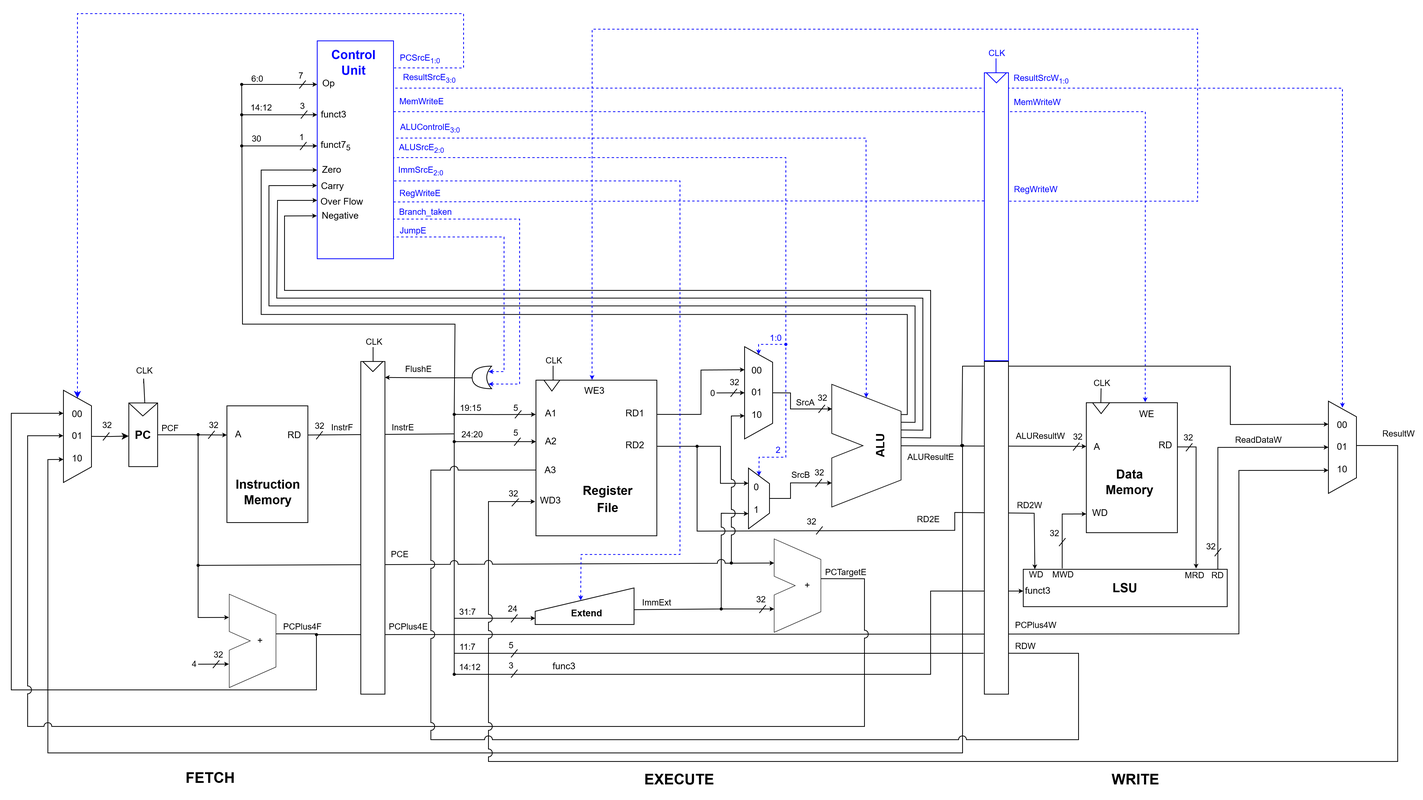
Before: docs/datapath&controller.png, a diagram exported from draw.io (abdulrafay7038/RV32I-Pipeline-Core). Source tidied: cells renumbered, new cells last; positions are measured from the earlier drawing's top-left corner, leaving out a move shared by most shapes.
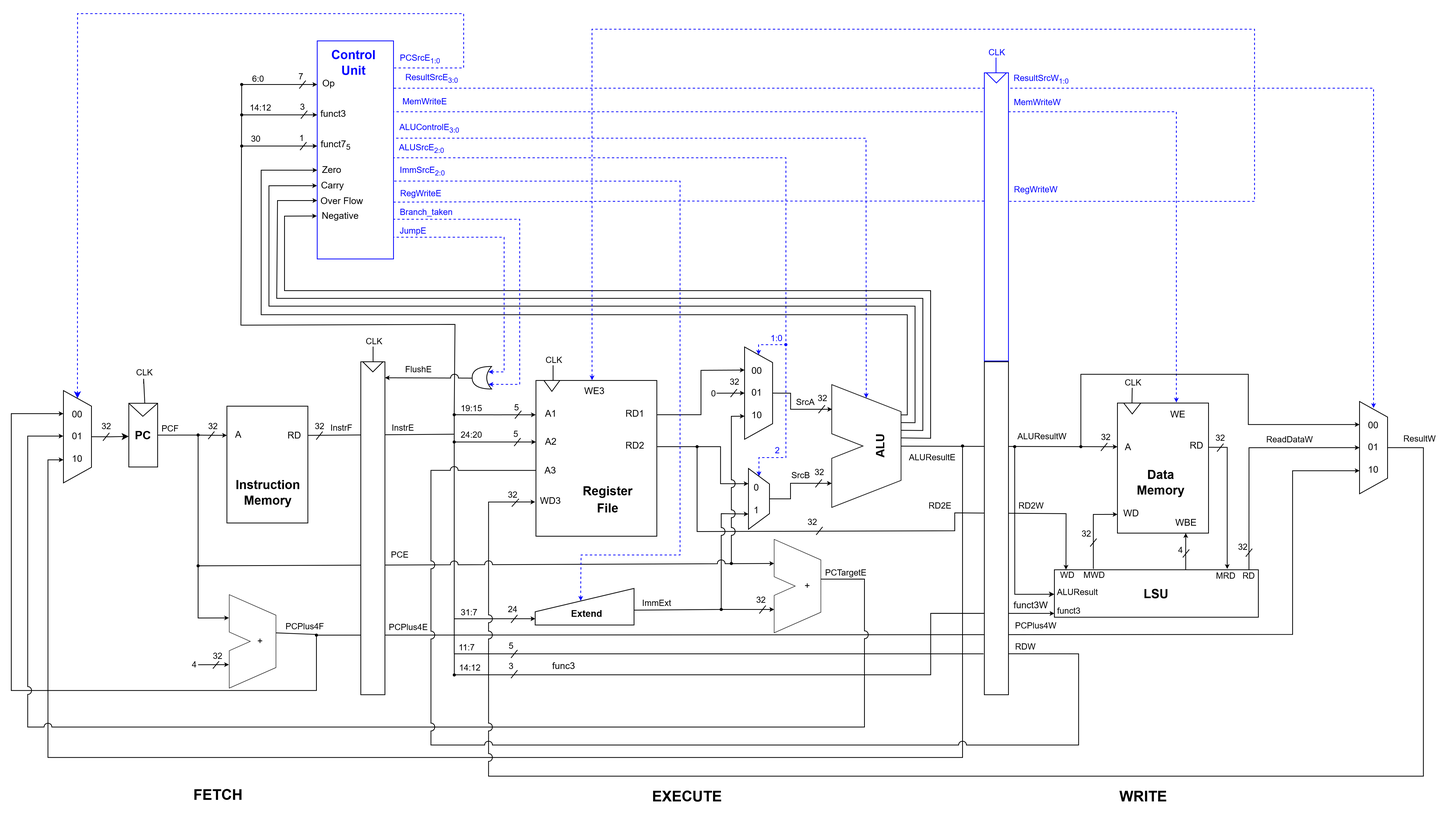
After the commit.

Commit message:
LSU updated Architecture

The edit, as a diff of the source:
```diff
@@ -47,3 +47,3 @@
     <mxCell id="11" style="rounded=0;whiteSpace=wrap;html=1;" parent="1" vertex="1">
-      <mxGeometry x="1381" y="500" width="117" height="167" as="geometry" />
+      <mxGeometry x="1421" y="500" width="117" height="167" as="geometry" />
     </mxCell>
@@ -52,3 +52,3 @@
         <Array as="points">
-          <mxPoint x="1457" y="126" />
+          <mxPoint x="1497" y="126" />
         </Array>
@@ -62,18 +62,18 @@
     <mxCell id="14" value="WE" style="text;html=1;whiteSpace=wrap;strokeColor=none;fillColor=none;align=center;verticalAlign=middle;rounded=0;" parent="1" vertex="1">
-      <mxGeometry x="1429" y="500" width="60" height="30" as="geometry" />
+      <mxGeometry x="1469" y="500" width="60" height="30" as="geometry" />
     </mxCell>
     <mxCell id="15" style="triangle;whiteSpace=wrap;html=1;direction=south;rounded=0;" parent="1" vertex="1">
-      <mxGeometry x="1389" y="500" width="22" height="14" as="geometry" />
+      <mxGeometry x="1429" y="500" width="22" height="14" as="geometry" />
     </mxCell>
     <mxCell id="16" value="RD" style="text;html=1;whiteSpace=wrap;strokeColor=none;fillColor=none;align=center;verticalAlign=middle;rounded=0;" parent="1" vertex="1">
-      <mxGeometry x="1474" y="549" width="18" height="12.5" as="geometry" />
+      <mxGeometry x="1514" y="549" width="18" height="12.5" as="geometry" />
     </mxCell>
     <mxCell id="17" value="A" style="text;html=1;whiteSpace=wrap;strokeColor=none;fillColor=none;align=center;verticalAlign=middle;rounded=0;" parent="1" vertex="1">
-      <mxGeometry x="1384" y="546" width="22" height="22.5" as="geometry" />
+      <mxGeometry x="1424" y="546" width="22" height="22.5" as="geometry" />
     </mxCell>
     <mxCell id="18" value="WD" style="text;html=1;whiteSpace=wrap;strokeColor=none;fillColor=none;align=center;verticalAlign=middle;rounded=0;" parent="1" vertex="1">
-      <mxGeometry x="1391" y="637" width="16" height="10" as="geometry" />
+      <mxGeometry x="1431" y="637" width="16" height="10" as="geometry" />
     </mxCell>
     <mxCell id="19" value="&lt;b&gt;&lt;font style=&quot;font-size: 16px;&quot;&gt;Data Memory&lt;/font&gt;&lt;/b&gt;" style="text;html=1;whiteSpace=wrap;strokeColor=none;fillColor=none;align=center;verticalAlign=middle;rounded=0;" parent="1" vertex="1">
-      <mxGeometry x="1402" y="580.8" width="69.5" height="41.5" as="geometry" />
+      <mxGeometry x="1442" y="580.8" width="69.5" height="41.5" as="geometry" />
     </mxCell>
@@ -149,4 +149,4 @@
       <mxGeometry relative="1" as="geometry">
-        <mxPoint x="1364" y="561.5" as="sourcePoint" />
-        <mxPoint x="1372.2" y="551.2" as="targetPoint" />
+        <mxPoint x="1399.8" y="561.5" as="sourcePoint" />
+        <mxPoint x="1408" y="551.2" as="targetPoint" />
       </mxGeometry>
@@ -239,3 +239,3 @@
         <Array as="points">
-          <mxPoint x="1710" y="96" />
+          <mxPoint x="1750" y="96" />
         </Array>
@@ -250,5 +250,5 @@
       <mxGeometry relative="1" as="geometry">
-        <mxPoint x="1522" y="713" as="targetPoint" />
+        <mxPoint x="1562" y="713" as="targetPoint" />
         <Array as="points">
-          <mxPoint x="1522" y="557" />
+          <mxPoint x="1562" y="557" />
         </Array>
@@ -288,7 +288,7 @@
       <mxGeometry relative="1" as="geometry">
-        <mxPoint x="1221" y="555" as="targetPoint" />
+        <mxPoint x="1222" y="555" as="targetPoint" />
         <Array as="points">
           <mxPoint x="47" y="573" />
-          <mxPoint x="47" y="950" />
-          <mxPoint x="1222" y="950" />
+          <mxPoint x="47" y="955" />
+          <mxPoint x="1222" y="955" />
           <mxPoint x="1222" y="555" />
@@ -318,4 +318,4 @@
         <Array as="points">
-          <mxPoint x="1577" y="797" />
-          <mxPoint x="1577" y="587" />
+          <mxPoint x="1646" y="797" />
+          <mxPoint x="1646" y="587" />
         </Array>
@@ -415,3 +415,3 @@
       <mxGeometry relative="1" as="geometry">
-        <mxPoint x="1400" y="479" as="targetPoint" />
+        <mxPoint x="1440" y="479" as="targetPoint" />
       </mxGeometry>
@@ -448,3 +448,3 @@
           <mxPoint x="1212" y="641" />
-          <mxPoint x="1314" y="642" />
+          <mxPoint x="1355" y="642" />
         </Array>
@@ -561,3 +561,3 @@
           <mxPoint x="274" y="308" />
-          <mxPoint x="1" y="308" />
+          <mxPoint x="-1" y="309" />
         </Array>
@@ -653,9 +653,9 @@
     </mxCell>
-    <mxCell id="132" style="endArrow=classic;html=1;rounded=0;entryX=0.25;entryY=1;entryDx=0;entryDy=0;endSize=3;startArrow=oval;startFill=1;startSize=3;" parent="1" edge="1" target="164">
+    <mxCell id="132" style="endArrow=classic;html=1;rounded=0;entryX=0.25;entryY=1;entryDx=0;entryDy=0;endSize=3;startArrow=oval;startFill=1;startSize=3;edgeStyle=orthogonalEdgeStyle;" parent="1" edge="1" target="164">
       <mxGeometry relative="1" as="geometry">
-        <mxPoint x="1221" y="555" as="sourcePoint" />
+        <mxPoint x="1374" y="556" as="sourcePoint" />
         <Array as="points">
-          <mxPoint x="1222" y="453" />
-          <mxPoint x="1566" y="453" />
-          <mxPoint x="1566" y="528" />
+          <mxPoint x="1374" y="463" />
+          <mxPoint x="1589" y="463" />
+          <mxPoint x="1589" y="528" />
         </Array>
@@ -679,3 +679,3 @@
       <mxGeometry x="-0.29" y="-1" relative="1" as="geometry">
-        <mxPoint x="-47" y="12" as="offset" />
+        <mxPoint x="-59" y="12" as="offset" />
       </mxGeometry>
@@ -800,4 +800,4 @@
         <Array as="points">
-          <mxPoint x="1524" y="241" />
-          <mxPoint x="1524" y="20" />
+          <mxPoint x="1597" y="241" />
+          <mxPoint x="1597" y="20" />
           <mxPoint x="746" y="20" />
@@ -812,3 +812,3 @@
     <mxCell id="158" value="&lt;b&gt;&lt;font style=&quot;font-size: 19px;&quot;&gt;FETCH&lt;/font&gt;&lt;/b&gt;" style="text;html=1;whiteSpace=wrap;strokeColor=none;fillColor=none;align=center;verticalAlign=middle;rounded=0;" parent="1" vertex="1">
-      <mxGeometry x="226" y="968" width="60" height="30" as="geometry" />
+      <mxGeometry x="236" y="989" width="60" height="30" as="geometry" />
     </mxCell>
@@ -818,6 +818,6 @@
     <mxCell id="160" value="&lt;b&gt;&lt;font style=&quot;font-size: 19px;&quot;&gt;EXECUTE&lt;/font&gt;&lt;/b&gt;" style="text;html=1;whiteSpace=wrap;strokeColor=none;fillColor=none;align=center;verticalAlign=middle;rounded=0;" parent="1" vertex="1">
-      <mxGeometry x="801" y="970" width="115" height="30" as="geometry" />
+      <mxGeometry x="811" y="991" width="115" height="30" as="geometry" />
     </mxCell>
     <mxCell id="161" value="&lt;span style=&quot;font-size: 19px;&quot;&gt;&lt;b&gt;WRITE&lt;/b&gt;&lt;/span&gt;" style="text;html=1;whiteSpace=wrap;strokeColor=none;fillColor=none;align=center;verticalAlign=middle;rounded=0;" parent="1" vertex="1">
-      <mxGeometry x="1387" y="970" width="115" height="30" as="geometry" />
+      <mxGeometry x="1397" y="991" width="115" height="30" as="geometry" />
     </mxCell>
@@ -834,9 +834,9 @@
     <mxCell id="164" value="00&lt;br&gt;&lt;br&gt;01&lt;br&gt;&lt;div&gt;&lt;br&gt;&lt;/div&gt;&lt;div&gt;10&lt;/div&gt;" style="shape=trapezoid;perimeter=trapezoidPerimeter;whiteSpace=wrap;html=1;fixedSize=1;direction=south;rounded=0;" parent="1" vertex="1">
-      <mxGeometry x="1692" y="498" width="36" height="118.5" as="geometry" />
+      <mxGeometry x="1732" y="498" width="36" height="118.5" as="geometry" />
     </mxCell>
     <mxCell id="165" value="RD2W" style="edgeLabel;html=1;align=center;verticalAlign=middle;rounded=0;" parent="1" vertex="1">
-      <mxGeometry x="1307" y="631" as="geometry" />
+      <mxGeometry x="1309" y="631" as="geometry" />
     </mxCell>
     <mxCell id="166" value="ALUResultW" style="edgeLabel;html=1;align=center;verticalAlign=middle;rounded=0;" parent="1" vertex="1">
-      <mxGeometry x="1321" y="541.8" as="geometry" />
+      <mxGeometry x="1323" y="541.8" as="geometry" />
     </mxCell>
@@ -862,5 +862,5 @@
         <Array as="points">
-          <mxPoint x="1781" y="555" />
-          <mxPoint x="1781" y="961" />
-          <mxPoint x="613" y="961" />
+          <mxPoint x="1814" y="557" />
+          <mxPoint x="1814" y="979" />
+          <mxPoint x="613" y="979" />
           <mxPoint x="613" y="627" />
@@ -871,3 +871,3 @@
       <mxGeometry x="-0.53" relative="1" as="geometry">
-        <mxPoint x="15" y="-422" as="offset" />
+        <mxPoint x="17" y="-434" as="offset" />
       </mxGeometry>
@@ -931,3 +931,3 @@
     <mxCell id="179" value="PCPlus4W" style="edgeLabel;html=1;align=center;verticalAlign=middle;rounded=0;" parent="1" vertex="1">
-      <mxGeometry x="1359" y="768" as="geometry">
+      <mxGeometry x="1359.1" y="768" as="geometry">
         <mxPoint x="-44" y="17" as="offset" />
@@ -954,4 +954,4 @@
           <mxPoint x="539" y="587" />
-          <mxPoint x="539" y="933" />
-          <mxPoint x="1371" y="933" />
+          <mxPoint x="539" y="939" />
+          <mxPoint x="1371" y="939" />
           <mxPoint x="1371" y="822" />
@@ -985,3 +985,3 @@
     </mxCell>
-    <mxCell id="189" style="edgeStyle=orthogonalEdgeStyle;rounded=0;jettySize=auto;html=1;exitX=1;exitY=0.5;exitDx=0;exitDy=0;exitPerimeter=0;entryX=1;entryY=0.048;entryDx=0;entryDy=0;entryPerimeter=0;endSize=3;" parent="1" edge="1" target="180">
+    <mxCell id="189" style="edgeStyle=orthogonalEdgeStyle;rounded=0;jettySize=auto;html=1;exitX=1;exitY=0.5;exitDx=0;exitDy=0;exitPerimeter=0;entryX=1;entryY=0.048;entryDx=0;entryDy=0;entryPerimeter=0;endSize=3;jumpStyle=arc;jumpSize=10;" parent="1" edge="1" target="180">
       <mxGeometry relative="1" as="geometry">
@@ -1019,10 +1019,8 @@
     </mxCell>
-    <mxCell id="194" style="edgeStyle=orthogonalEdgeStyle;rounded=0;orthogonalLoop=1;jettySize=auto;html=1;exitX=0;exitY=0.5;exitDx=0;exitDy=0;endArrow=none;endFill=0;startSize=3;startArrow=classic;startFill=1;" parent="1" edge="1">
+    <mxCell id="194" style="edgeStyle=orthogonalEdgeStyle;rounded=0;jettySize=auto;html=1;exitX=0;exitY=0.92;exitDx=0;exitDy=0;endArrow=none;endFill=0;startSize=3;startArrow=classic;startFill=1;exitPerimeter=0;" parent="1" edge="1" source="195">
       <mxGeometry relative="1" as="geometry">
-        <mxPoint x="1300" y="742" as="sourcePoint" />
         <mxPoint x="569" y="848.9" as="targetPoint" />
         <Array as="points">
-          <mxPoint x="1181" y="741.9" />
-          <mxPoint x="1181" y="848.9" />
-          <mxPoint x="569" y="848.9" />
+          <mxPoint x="1181" y="770" />
+          <mxPoint x="1181" y="849" />
         </Array>
@@ -1030,4 +1028,13 @@
     </mxCell>
+    <mxCell id="214" style="edgeStyle=orthogonalEdgeStyle;rounded=0;jettySize=auto;html=1;exitX=0.644;exitY=0.006;exitDx=0;exitDy=0;entryX=0.75;entryY=1;entryDx=0;entryDy=0;exitPerimeter=0;endSize=3;" parent="1" edge="1" source="195" target="11">
+      <mxGeometry relative="1" as="geometry" />
+    </mxCell>
+    <mxCell id="215" style="edgeStyle=orthogonalEdgeStyle;rounded=0;orthogonalLoop=1;jettySize=auto;html=1;exitX=0;exitY=0.5;exitDx=0;exitDy=0;endSize=3;endArrow=oval;endFill=1;startArrow=classic;startFill=1;startSize=4;" parent="1" edge="1">
+      <mxGeometry relative="1" as="geometry">
+        <mxPoint x="1340" y="745.5" as="sourcePoint" />
+        <mxPoint x="1289" y="556" as="targetPoint" />
+      </mxGeometry>
+    </mxCell>
     <mxCell id="195" value="&lt;b&gt;&lt;font style=&quot;font-size: 16px;&quot;&gt;LSU&lt;/font&gt;&lt;/b&gt;" style="rounded=0;whiteSpace=wrap;html=1;" parent="1" vertex="1">
-      <mxGeometry x="1300" y="714.1" width="262" height="48" as="geometry" />
+      <mxGeometry x="1340" y="714.1" width="262" height="60.9" as="geometry" />
     </mxCell>
@@ -1038,5 +1045,5 @@
       <mxGeometry relative="1" as="geometry">
-        <mxPoint x="1350" y="713" as="sourcePoint" />
+        <mxPoint x="1390" y="713" as="sourcePoint" />
         <Array as="points">
-          <mxPoint x="1350" y="643" />
+          <mxPoint x="1390" y="643" />
         </Array>
@@ -1046,4 +1053,4 @@
       <mxGeometry relative="1" as="geometry">
-        <mxPoint x="1346" y="684.2" as="sourcePoint" />
-        <mxPoint x="1354.2" y="674" as="targetPoint" />
+        <mxPoint x="1386" y="684.2" as="sourcePoint" />
+        <mxPoint x="1394.2" y="674" as="targetPoint" />
       </mxGeometry>
@@ -1056,6 +1063,6 @@
     <mxCell id="200" value="&lt;span style=&quot;font-size: 11px;&quot;&gt;MWD&lt;/span&gt;" style="text;html=1;whiteSpace=wrap;strokeColor=none;fillColor=none;align=center;verticalAlign=middle;rounded=0;" parent="1" vertex="1">
-      <mxGeometry x="1335" y="714.1" width="33" height="13.9" as="geometry" />
+      <mxGeometry x="1375" y="714.1" width="33" height="13.9" as="geometry" />
     </mxCell>
     <mxCell id="201" value="&lt;font style=&quot;font-size: 11px;&quot;&gt;MRD&lt;/font&gt;" style="text;html=1;whiteSpace=wrap;strokeColor=none;fillColor=none;align=center;verticalAlign=middle;rounded=0;" parent="1" vertex="1">
-      <mxGeometry x="1502" y="714.1" width="36.5" height="15.9" as="geometry" />
+      <mxGeometry x="1542" y="714.1" width="36.5" height="15.9" as="geometry" />
     </mxCell>
@@ -1063,4 +1070,4 @@
       <mxGeometry relative="1" as="geometry">
-        <mxPoint x="1509" y="562.4" as="sourcePoint" />
-        <mxPoint x="1517.2" y="552.1" as="targetPoint" />
+        <mxPoint x="1549" y="562.4" as="sourcePoint" />
+        <mxPoint x="1557.2" y="552.1" as="targetPoint" />
       </mxGeometry>
@@ -1074,4 +1081,4 @@
       <mxGeometry relative="1" as="geometry">
-        <mxPoint x="1545.9" y="697.2" as="sourcePoint" />
-        <mxPoint x="1554.1" y="687" as="targetPoint" />
+        <mxPoint x="1585.9" y="697.2" as="sourcePoint" />
+        <mxPoint x="1594.1" y="687" as="targetPoint" />
       </mxGeometry>
@@ -1103,11 +1110,31 @@
     </mxCell>
-    <mxCell id="211" value="funct3" style="text;html=1;whiteSpace=wrap;strokeColor=none;fillColor=none;align=center;verticalAlign=middle;rounded=0;" parent="1" vertex="1">
-      <mxGeometry x="1301" y="735" width="36.2" height="13" as="geometry" />
+    <mxCell id="211" value="&lt;font style=&quot;font-size: 11px;&quot;&gt;funct3&lt;/font&gt;" style="text;html=1;whiteSpace=wrap;strokeColor=none;fillColor=none;align=center;verticalAlign=middle;rounded=0;" parent="1" vertex="1">
+      <mxGeometry x="1341" y="760" width="36.2" height="13" as="geometry" />
     </mxCell>
     <mxCell id="212" value="&lt;font style=&quot;font-size: 11px;&quot;&gt;WD&lt;/font&gt;" style="text;html=1;whiteSpace=wrap;strokeColor=none;fillColor=none;align=center;verticalAlign=middle;rounded=0;" parent="1" vertex="1">
-      <mxGeometry x="1301" y="714.1" width="32" height="14" as="geometry" />
+      <mxGeometry x="1341" y="714.1" width="32" height="14" as="geometry" />
     </mxCell>
     <mxCell id="213" value="&lt;font style=&quot;font-size: 11px;&quot;&gt;RD&lt;/font&gt;" style="text;html=1;whiteSpace=wrap;strokeColor=none;fillColor=none;align=center;verticalAlign=middle;rounded=0;" parent="1" vertex="1">
-      <mxGeometry x="1539" y="716" width="22" height="12" as="geometry" />
+      <mxGeometry x="1579" y="716" width="22" height="12" as="geometry" />
     </mxCell>
+    <mxCell id="216" value="funct3W" style="text;html=1;whiteSpace=wrap;strokeColor=none;fillColor=none;align=center;verticalAlign=middle;rounded=0;" parent="1" vertex="1">
+      <mxGeometry x="1289" y="753" width="42.2" height="13" as="geometry" />
+    </mxCell>
+    <mxCell id="217" value="WBE" style="text;html=1;whiteSpace=wrap;strokeColor=none;fillColor=none;align=center;verticalAlign=middle;rounded=0;" parent="1" vertex="1">
+      <mxGeometry x="1487" y="644" width="45" height="19" as="geometry" />
+    </mxCell>
+    <mxCell id="218" style="endArrow=none;html=1;rounded=0;" parent="1" edge="1">
+      <mxGeometry relative="1" as="geometry">
+        <mxPoint x="1505" y="698.2" as="sourcePoint" />
+        <mxPoint x="1513.2" y="688" as="targetPoint" />
+      </mxGeometry>
+    </mxCell>
+    <mxCell id="219" value="4" style="edgeLabel;html=1;align=center;verticalAlign=middle;rounded=0;" parent="218" vertex="1">
+      <mxGeometry x="-0.56" y="1" relative="1" as="geometry">
+        <mxPoint x="-5" y="-8" as="offset" />
+      </mxGeometry>
+    </mxCell>
+    <mxCell id="220" value="&lt;font style=&quot;font-size: 11px;&quot;&gt;ALUResult&lt;/font&gt;" style="text;html=1;whiteSpace=wrap;strokeColor=none;fillColor=none;align=center;verticalAlign=middle;rounded=0;" parent="1" vertex="1">
+      <mxGeometry x="1344" y="734" width="52" height="17" as="geometry" />
+    </mxCell>
   </root>
```
